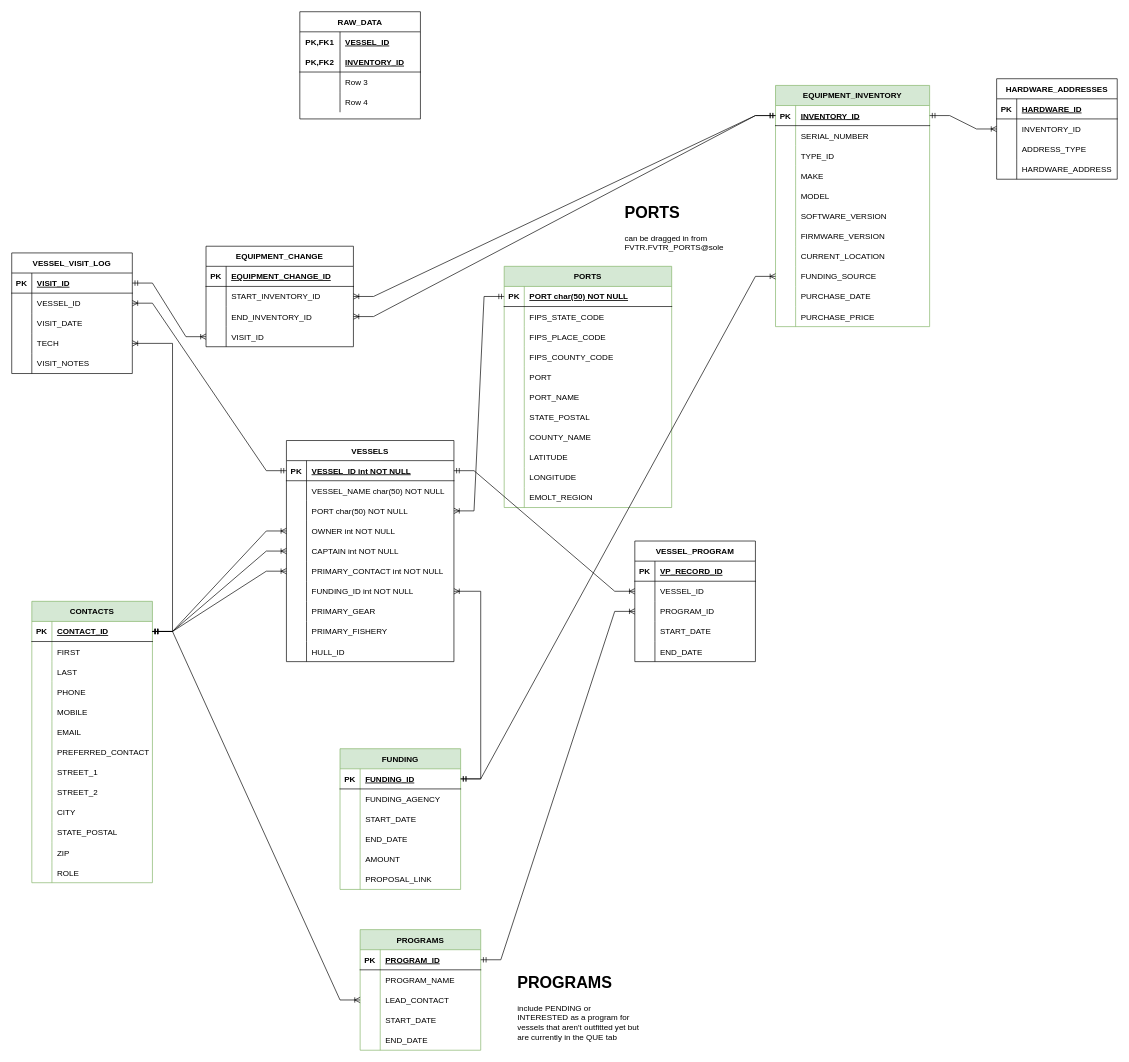
Earlier version of the draw.io diagram eMOLT.drawio (GMaynard1/emolt_project_management). Source tidied: cells renumbered, new cells numbered last; positions are measured from the earlier drawing's top-left corner, leaving out a move shared by most shapes. Both pictures are drawn from the tidied source at 67%, with x=0, y=0 at pixel (11, 11).
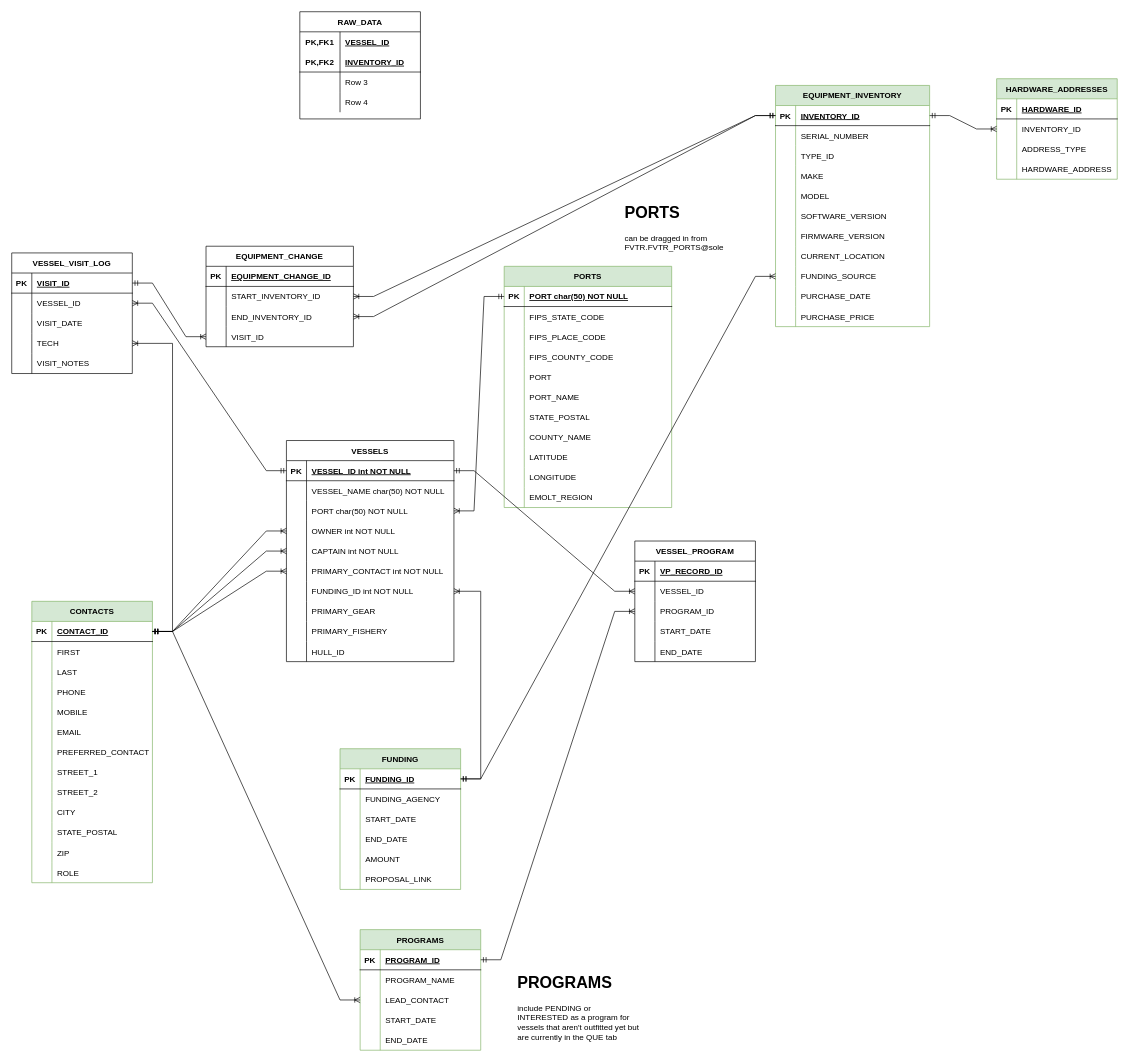
After the change.

Change to the diagram source:
```diff
@@
-    <mxCell id="219" value="HARDWARE_ADDRESSES" style="shape=table;startSize=30;childLayout=tableLayout;rowLines=0;fontStyle=1;align=center;" parent="1" vertex="1">
+    <mxCell id="219" value="HARDWARE_ADDRESSES" style="shape=table;startSize=30;childLayout=tableLayout;rowLines=0;fontStyle=1;align=center;fillColor=#d5e8d4;strokeColor=#82b366;" parent="1" vertex="1">
       <mxGeometry x="1470" y="100" width="180" height="150" as="geometry" />
     </mxCell>
```
